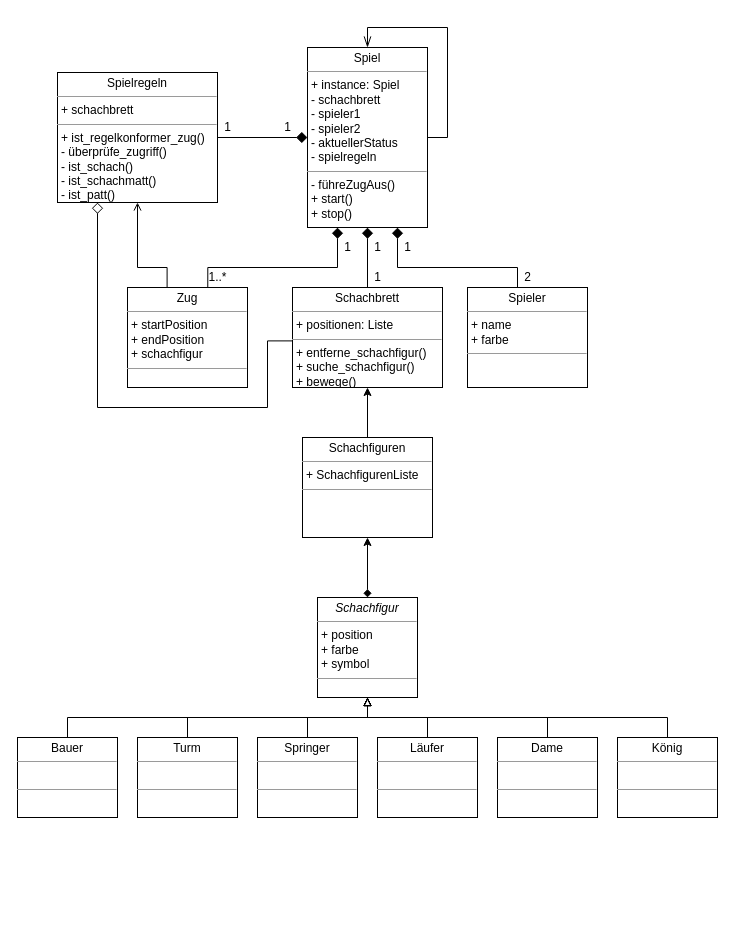
Before: docu/Schach_2.drawio in tobiasknode/chess, a draw.io diagram. Source tidied: cells renumbered, new cells numbered last; positions are measured from the earlier drawing's top-left corner, leaving out a move shared by most shapes. Both pictures are drawn from the tidied source at 100%, with x=0, y=0 at pixel (17, 27).
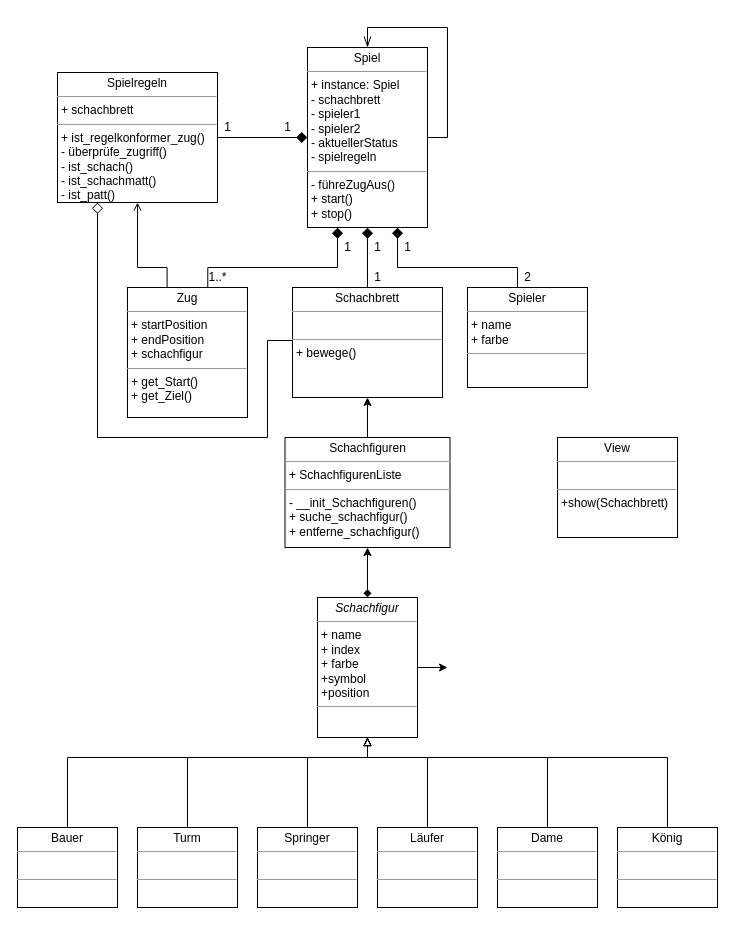
Above is the later version.

Commit message (it also covers changes not shown here):
fixxed bewege

Unchanged cells that the change refers to:
```xml
<mxCell id="3" value="&lt;p style=&quot;margin:0px;margin-top:4px;text-align:center;&quot;&gt;Spielregeln&lt;/p&gt;&lt;hr size=&quot;1&quot;&gt;&lt;p style=&quot;margin:0px;margin-left:4px;&quot;&gt;+ schachbrett&lt;/p&gt;&lt;hr size=&quot;1&quot;&gt;&lt;p style=&quot;margin:0px;margin-left:4px;&quot;&gt;+ ist_regelkonformer_zug()&lt;/p&gt;&lt;p style=&quot;margin:0px;margin-left:4px;&quot;&gt;- überprüfe_zugriff()&lt;br&gt;- ist_schach()&lt;/p&gt;&lt;p style=&quot;margin:0px;margin-left:4px;&quot;&gt;- ist_schachmatt()&lt;/p&gt;&lt;p style=&quot;margin:0px;margin-left:4px;&quot;&gt;- ist_patt()&lt;/p&gt;" style="verticalAlign=top;align=left;overflow=fill;fontSize=12;fontFamily=Helvetica;html=1;rounded=0;shadow=0;comic=0;labelBackgroundColor=none;strokeWidth=1;" parent="1" vertex="1">
  <mxGeometry x="40" y="45" width="160" height="130" as="geometry" />
</mxCell>
```

The edit, as a diff of the source:
```diff
@@
+    <mxCell id="38" style="edgeStyle=orthogonalEdgeStyle;rounded=0;jettySize=auto;html=1;exitX=1;exitY=0.5;exitDx=0;exitDy=0;" parent="1" edge="1" source="6">
+      <mxGeometry relative="1" as="geometry">
+        <mxPoint x="430" y="639.8" as="targetPoint" />
+      </mxGeometry>
+    </mxCell>
-    <mxCell id="6" value="&lt;p style=&quot;margin:0px;margin-top:4px;text-align:center;&quot;&gt;&lt;i&gt;Schachfigur&lt;/i&gt;&lt;/p&gt;&lt;hr size=&quot;1&quot;&gt;&lt;p style=&quot;margin:0px;margin-left:4px;&quot;&gt;+ position&lt;/p&gt;&lt;p style=&quot;margin:0px;margin-left:4px;&quot;&gt;+ farbe&lt;/p&gt;&lt;p style=&quot;margin:0px;margin-left:4px;&quot;&gt;+ symbol&lt;/p&gt;&lt;hr size=&quot;1&quot;&gt;&lt;p style=&quot;margin:0px;margin-left:4px;&quot;&gt;&lt;br&gt;&lt;/p&gt;" style="verticalAlign=top;align=left;overflow=fill;fontSize=12;fontFamily=Helvetica;html=1;rounded=0;shadow=0;comic=0;labelBackgroundColor=none;strokeWidth=1;" parent="1" vertex="1">
-      <mxGeometry x="300" y="570" width="100" height="100" as="geometry" />
+    <mxCell id="6" value="&lt;p style=&quot;margin:0px;margin-top:4px;text-align:center;&quot;&gt;&lt;i&gt;Schachfigur&lt;/i&gt;&lt;/p&gt;&lt;hr size=&quot;1&quot;&gt;&lt;p style=&quot;margin:0px;margin-left:4px;&quot;&gt;+ name&lt;/p&gt;&lt;p style=&quot;margin:0px;margin-left:4px;&quot;&gt;+ index&lt;/p&gt;&lt;p style=&quot;margin:0px;margin-left:4px;&quot;&gt;+ farbe&lt;/p&gt;&lt;p style=&quot;margin:0px;margin-left:4px;&quot;&gt;+symbol&lt;/p&gt;&lt;p style=&quot;margin:0px;margin-left:4px;&quot;&gt;+position&lt;/p&gt;&lt;hr size=&quot;1&quot;&gt;&lt;p style=&quot;margin:0px;margin-left:4px;&quot;&gt;&lt;br&gt;&lt;/p&gt;" style="verticalAlign=top;align=left;overflow=fill;fontSize=12;fontFamily=Helvetica;html=1;rounded=0;shadow=0;comic=0;labelBackgroundColor=none;strokeWidth=1;" parent="1" vertex="1">
+      <mxGeometry x="300" y="570" width="100" height="140" as="geometry" />
     </mxCell>
-    <mxCell id="7" style="edgeStyle=orthogonalEdgeStyle;rounded=0;jettySize=auto;html=1;endArrow=block;endFill=0;entryX=0.5;entryY=1;entryDx=0;entryDy=0;" parent="1" edge="1" source="8" target="6">
+    <mxCell id="7" style="edgeStyle=orthogonalEdgeStyle;rounded=0;jettySize=auto;html=1;endArrow=block;endFill=0;entryX=0.5;entryY=1;entryDx=0;entryDy=0;" parent="1" edge="1" source="8">
       <mxGeometry relative="1" as="geometry">
+        <mxPoint x="350" y="710" as="targetPoint" />
         <Array as="points">
-          <mxPoint x="50" y="690" />
-          <mxPoint x="350" y="690" />
+          <mxPoint x="50" y="730" />
+          <mxPoint x="350" y="730" />
         </Array>
       </mxGeometry>
     </mxCell>
     <mxCell id="8" value="&lt;p style=&quot;margin:0px;margin-top:4px;text-align:center;&quot;&gt;Bauer&lt;/p&gt;&lt;hr size=&quot;1&quot;&gt;&lt;p style=&quot;margin:0px;margin-left:4px;&quot;&gt;&lt;br&gt;&lt;/p&gt;&lt;hr size=&quot;1&quot;&gt;&lt;p style=&quot;margin:0px;margin-left:4px;&quot;&gt;&lt;br&gt;&lt;/p&gt;" style="verticalAlign=top;align=left;overflow=fill;fontSize=12;fontFamily=Helvetica;html=1;rounded=0;shadow=0;comic=0;labelBackgroundColor=none;strokeWidth=1;" parent="1" vertex="1">
-      <mxGeometry y="710" width="100" height="80" as="geometry" />
+      <mxGeometry y="800" width="100" height="80" as="geometry" />
     </mxCell>
-    <mxCell id="9" style="edgeStyle=orthogonalEdgeStyle;rounded=0;jettySize=auto;html=1;entryX=0.5;entryY=1;entryDx=0;entryDy=0;endArrow=block;endFill=0;" parent="1" edge="1" source="10" target="6">
+    <mxCell id="9" style="edgeStyle=orthogonalEdgeStyle;rounded=0;jettySize=auto;html=1;entryX=0.5;entryY=1;entryDx=0;entryDy=0;endArrow=block;endFill=0;" parent="1" edge="1" source="10">
       <mxGeometry relative="1" as="geometry">
+        <mxPoint x="350" y="710" as="targetPoint" />
         <Array as="points">
-          <mxPoint x="170" y="690" />
-          <mxPoint x="350" y="690" />
+          <mxPoint x="170" y="730" />
+          <mxPoint x="350" y="730" />
         </Array>
       </mxGeometry>
     </mxCell>
     <mxCell id="10" value="&lt;p style=&quot;margin:0px;margin-top:4px;text-align:center;&quot;&gt;Turm&lt;/p&gt;&lt;hr size=&quot;1&quot;&gt;&lt;p style=&quot;margin:0px;margin-left:4px;&quot;&gt;&lt;br&gt;&lt;/p&gt;&lt;hr size=&quot;1&quot;&gt;&lt;p style=&quot;margin:0px;margin-left:4px;&quot;&gt;&lt;br&gt;&lt;/p&gt;" style="verticalAlign=top;align=left;overflow=fill;fontSize=12;fontFamily=Helvetica;html=1;rounded=0;shadow=0;comic=0;labelBackgroundColor=none;strokeWidth=1;" parent="1" vertex="1">
-      <mxGeometry x="120" y="710" width="100" height="80" as="geometry" />
+      <mxGeometry x="120" y="800" width="100" height="80" as="geometry" />
     </mxCell>
-    <mxCell id="11" style="edgeStyle=orthogonalEdgeStyle;rounded=0;jettySize=auto;html=1;endArrow=block;endFill=0;entryX=0.5;entryY=1;entryDx=0;entryDy=0;" parent="1" edge="1" source="12" target="6">
+    <mxCell id="11" style="edgeStyle=orthogonalEdgeStyle;rounded=0;jettySize=auto;html=1;endArrow=block;endFill=0;entryX=0.5;entryY=1;entryDx=0;entryDy=0;" parent="1" edge="1" source="12">
       <mxGeometry relative="1" as="geometry">
+        <mxPoint x="350" y="710" as="targetPoint" />
         <Array as="points">
-          <mxPoint x="290" y="690" />
-          <mxPoint x="350" y="690" />
+          <mxPoint x="290" y="730" />
+          <mxPoint x="350" y="730" />
         </Array>
       </mxGeometry>
     </mxCell>
     <mxCell id="12" value="&lt;p style=&quot;margin:0px;margin-top:4px;text-align:center;&quot;&gt;Springer&lt;/p&gt;&lt;hr size=&quot;1&quot;&gt;&lt;p style=&quot;margin:0px;margin-left:4px;&quot;&gt;&lt;br&gt;&lt;/p&gt;&lt;hr size=&quot;1&quot;&gt;&lt;p style=&quot;margin:0px;margin-left:4px;&quot;&gt;&lt;br&gt;&lt;/p&gt;" style="verticalAlign=top;align=left;overflow=fill;fontSize=12;fontFamily=Helvetica;html=1;rounded=0;shadow=0;comic=0;labelBackgroundColor=none;strokeWidth=1;" parent="1" vertex="1">
-      <mxGeometry x="240" y="710" width="100" height="80" as="geometry" />
+      <mxGeometry x="240" y="800" width="100" height="80" as="geometry" />
     </mxCell>
     <mxCell id="13" style="edgeStyle=orthogonalEdgeStyle;rounded=0;jettySize=auto;html=1;endArrow=block;endFill=0;" parent="1" edge="1" source="14">
       <mxGeometry relative="1" as="geometry">
-        <mxPoint x="350" y="670" as="targetPoint" />
+        <mxPoint x="350" y="710" as="targetPoint" />
         <Array as="points">
-          <mxPoint x="410" y="690" />
-          <mxPoint x="350" y="690" />
-          <mxPoint x="350" y="670" />
+          <mxPoint x="410" y="730" />
+          <mxPoint x="350" y="730" />
+          <mxPoint x="350" y="710" />
         </Array>
       </mxGeometry>
     </mxCell>
     <mxCell id="14" value="&lt;p style=&quot;margin:0px;margin-top:4px;text-align:center;&quot;&gt;Läufer&lt;/p&gt;&lt;hr size=&quot;1&quot;&gt;&lt;p style=&quot;margin:0px;margin-left:4px;&quot;&gt;&lt;br&gt;&lt;/p&gt;&lt;hr size=&quot;1&quot;&gt;&lt;p style=&quot;margin:0px;margin-left:4px;&quot;&gt;&lt;br&gt;&lt;/p&gt;" style="verticalAlign=top;align=left;overflow=fill;fontSize=12;fontFamily=Helvetica;html=1;rounded=0;shadow=0;comic=0;labelBackgroundColor=none;strokeWidth=1;" parent="1" vertex="1">
-      <mxGeometry x="360" y="710" width="100" height="80" as="geometry" />
+      <mxGeometry x="360" y="800" width="100" height="80" as="geometry" />
     </mxCell>
     <mxCell id="15" style="edgeStyle=orthogonalEdgeStyle;rounded=0;jettySize=auto;html=1;endArrow=block;endFill=0;" parent="1" edge="1" source="16">
       <mxGeometry relative="1" as="geometry">
-        <mxPoint x="350" y="670" as="targetPoint" />
+        <mxPoint x="350" y="710" as="targetPoint" />
         <Array as="points">
-          <mxPoint x="530" y="690" />
-          <mxPoint x="350" y="690" />
-          <mxPoint x="350" y="670" />
+          <mxPoint x="530" y="730" />
+          <mxPoint x="350" y="730" />
+          <mxPoint x="350" y="710" />
         </Array>
       </mxGeometry>
     </mxCell>
     <mxCell id="16" value="&lt;p style=&quot;margin:0px;margin-top:4px;text-align:center;&quot;&gt;Dame&lt;/p&gt;&lt;hr size=&quot;1&quot;&gt;&lt;p style=&quot;margin:0px;margin-left:4px;&quot;&gt;&lt;br&gt;&lt;/p&gt;&lt;hr size=&quot;1&quot;&gt;&lt;p style=&quot;margin:0px;margin-left:4px;&quot;&gt;&lt;br&gt;&lt;/p&gt;" style="verticalAlign=top;align=left;overflow=fill;fontSize=12;fontFamily=Helvetica;html=1;rounded=0;shadow=0;comic=0;labelBackgroundColor=none;strokeWidth=1;" parent="1" vertex="1">
-      <mxGeometry x="480" y="710" width="100" height="80" as="geometry" />
+      <mxGeometry x="480" y="800" width="100" height="80" as="geometry" />
     </mxCell>
-    <mxCell id="17" style="edgeStyle=orthogonalEdgeStyle;rounded=0;jettySize=auto;html=1;entryX=0.5;entryY=1;entryDx=0;entryDy=0;endArrow=block;endFill=0;" parent="1" edge="1" source="18" target="6">
+    <mxCell id="17" style="edgeStyle=orthogonalEdgeStyle;rounded=0;jettySize=auto;html=1;entryX=0.5;entryY=1;entryDx=0;entryDy=0;endArrow=block;endFill=0;" parent="1" edge="1" source="18">
       <mxGeometry relative="1" as="geometry">
+        <mxPoint x="350" y="710" as="targetPoint" />
         <Array as="points">
-          <mxPoint x="650" y="690" />
-          <mxPoint x="350" y="690" />
+          <mxPoint x="650" y="730" />
+          <mxPoint x="350" y="730" />
         </Array>
       </mxGeometry>
     </mxCell>
     <mxCell id="18" value="&lt;p style=&quot;margin:0px;margin-top:4px;text-align:center;&quot;&gt;König&lt;/p&gt;&lt;hr size=&quot;1&quot;&gt;&lt;p style=&quot;margin:0px;margin-left:4px;&quot;&gt;&lt;br&gt;&lt;/p&gt;&lt;hr size=&quot;1&quot;&gt;&lt;p style=&quot;margin:0px;margin-left:4px;&quot;&gt;&lt;br&gt;&lt;/p&gt;" style="verticalAlign=top;align=left;overflow=fill;fontSize=12;fontFamily=Helvetica;html=1;rounded=0;shadow=0;comic=0;labelBackgroundColor=none;strokeWidth=1;" parent="1" vertex="1">
-      <mxGeometry x="600" y="710" width="100" height="80" as="geometry" />
+      <mxGeometry x="600" y="800" width="100" height="80" as="geometry" />
     </mxCell>
@@
     <mxCell id="20" style="edgeStyle=orthogonalEdgeStyle;rounded=0;jettySize=auto;html=1;entryX=0.25;entryY=1;entryDx=0;entryDy=0;endArrow=diamond;endFill=0;exitX=-0.001;exitY=0.534;exitDx=0;exitDy=0;exitPerimeter=0;endSize=9;startSize=6;" parent="1" edge="1" source="21" target="3">
       <mxGeometry relative="1" as="geometry">
         <Array as="points">
+          <mxPoint x="275" y="313" />
           <mxPoint x="250" y="313" />
-          <mxPoint x="250" y="380" />
-          <mxPoint x="80" y="380" />
+          <mxPoint x="250" y="410" />
+          <mxPoint x="80" y="410" />
         </Array>
       </mxGeometry>
     </mxCell>
-    <mxCell id="21" value="&lt;p style=&quot;margin:0px;margin-top:4px;text-align:center;&quot;&gt;Schachbrett&lt;/p&gt;&lt;hr size=&quot;1&quot;&gt;&lt;p style=&quot;margin:0px;margin-left:4px;&quot;&gt;+ positionen: Liste&lt;/p&gt;&lt;hr size=&quot;1&quot;&gt;&lt;p style=&quot;margin:0px;margin-left:4px;&quot;&gt;+ entferne_schachfigur()&lt;/p&gt;&lt;p style=&quot;margin:0px;margin-left:4px;&quot;&gt;+ suche_schachfigur()&lt;/p&gt;&lt;p style=&quot;margin:0px;margin-left:4px;&quot;&gt;+ bewege()&lt;br&gt;&lt;/p&gt;" style="verticalAlign=top;align=left;overflow=fill;fontSize=12;fontFamily=Helvetica;html=1;rounded=0;shadow=0;comic=0;labelBackgroundColor=none;strokeWidth=1;" parent="1" vertex="1">
-      <mxGeometry x="275" y="260" width="150" height="100" as="geometry" />
+    <mxCell id="21" value="&lt;p style=&quot;margin:0px;margin-top:4px;text-align:center;&quot;&gt;Schachbrett&lt;/p&gt;&lt;hr size=&quot;1&quot;&gt;&lt;p style=&quot;margin:0px;margin-left:4px;&quot;&gt;&lt;br&gt;&lt;/p&gt;&lt;hr size=&quot;1&quot;&gt;&lt;p style=&quot;margin:0px;margin-left:4px;&quot;&gt;&lt;span style=&quot;background-color: initial;&quot;&gt;+ bewege()&lt;/span&gt;&lt;br&gt;&lt;/p&gt;" style="verticalAlign=top;align=left;overflow=fill;fontSize=12;fontFamily=Helvetica;html=1;rounded=0;shadow=0;comic=0;labelBackgroundColor=none;strokeWidth=1;" parent="1" vertex="1">
+      <mxGeometry x="275" y="260" width="150" height="110" as="geometry" />
     </mxCell>
@@
-    <mxCell id="24" value="&lt;p style=&quot;margin:0px;margin-top:4px;text-align:center;&quot;&gt;Zug&lt;/p&gt;&lt;hr size=&quot;1&quot;&gt;&lt;p style=&quot;margin:0px;margin-left:4px;&quot;&gt;+ startPosition&amp;nbsp;&lt;/p&gt;&lt;p style=&quot;margin:0px;margin-left:4px;&quot;&gt;+ endPosition&amp;nbsp;&lt;/p&gt;&lt;p style=&quot;margin:0px;margin-left:4px;&quot;&gt;+ schachfigur&lt;/p&gt;&lt;hr size=&quot;1&quot;&gt;&lt;p style=&quot;margin:0px;margin-left:4px;&quot;&gt;&lt;br&gt;&lt;/p&gt;" style="verticalAlign=top;align=left;overflow=fill;fontSize=12;fontFamily=Helvetica;html=1;rounded=0;shadow=0;comic=0;labelBackgroundColor=none;strokeWidth=1;" parent="1" vertex="1">
-      <mxGeometry x="110" y="260" width="120" height="100" as="geometry" />
+    <mxCell id="24" value="&lt;p style=&quot;margin:0px;margin-top:4px;text-align:center;&quot;&gt;Zug&lt;/p&gt;&lt;hr size=&quot;1&quot;&gt;&lt;p style=&quot;margin:0px;margin-left:4px;&quot;&gt;+ startPosition&amp;nbsp;&lt;/p&gt;&lt;p style=&quot;margin:0px;margin-left:4px;&quot;&gt;+ endPosition&amp;nbsp;&lt;/p&gt;&lt;p style=&quot;margin:0px;margin-left:4px;&quot;&gt;+ schachfigur&lt;/p&gt;&lt;hr size=&quot;1&quot;&gt;&lt;p style=&quot;margin:0px;margin-left:4px;&quot;&gt;+ get_Start()&lt;/p&gt;&lt;p style=&quot;margin:0px;margin-left:4px;&quot;&gt;+ get_Ziel()&lt;/p&gt;" style="verticalAlign=top;align=left;overflow=fill;fontSize=12;fontFamily=Helvetica;html=1;rounded=0;shadow=0;comic=0;labelBackgroundColor=none;strokeWidth=1;" parent="1" vertex="1">
+      <mxGeometry x="110" y="260" width="120" height="130" as="geometry" />
     </mxCell>
@@
-    <mxCell id="37" value="&lt;p style=&quot;margin:0px;margin-top:4px;text-align:center;&quot;&gt;Schachfiguren&lt;/p&gt;&lt;hr size=&quot;1&quot;&gt;&lt;p style=&quot;margin:0px;margin-left:4px;&quot;&gt;+ SchachfigurenListe&lt;/p&gt;&lt;hr size=&quot;1&quot;&gt;&lt;p style=&quot;margin:0px;margin-left:4px;&quot;&gt;&lt;br&gt;&lt;/p&gt;" style="verticalAlign=top;align=left;overflow=fill;fontSize=12;fontFamily=Helvetica;html=1;rounded=0;shadow=0;comic=0;labelBackgroundColor=none;strokeWidth=1;" parent="1" vertex="1">
-      <mxGeometry x="285" y="410" width="130" height="100" as="geometry" />
+    <mxCell id="37" value="&lt;p style=&quot;margin:0px;margin-top:4px;text-align:center;&quot;&gt;Schachfiguren&lt;/p&gt;&lt;hr size=&quot;1&quot;&gt;&lt;p style=&quot;margin:0px;margin-left:4px;&quot;&gt;+ SchachfigurenListe&lt;/p&gt;&lt;hr size=&quot;1&quot;&gt;&lt;p style=&quot;margin:0px;margin-left:4px;&quot;&gt;-&amp;nbsp;__init_Schachfiguren()&lt;/p&gt;&lt;p style=&quot;margin:0px;margin-left:4px;&quot;&gt;+&amp;nbsp;suche_schachfigur()&lt;/p&gt;&lt;p style=&quot;margin:0px;margin-left:4px;&quot;&gt;+&amp;nbsp;entferne_schachfigur()&lt;/p&gt;" style="verticalAlign=top;align=left;overflow=fill;fontSize=12;fontFamily=Helvetica;html=1;rounded=0;shadow=0;comic=0;labelBackgroundColor=none;strokeWidth=1;" parent="1" vertex="1">
+      <mxGeometry x="267.5" y="410" width="165" height="110" as="geometry" />
     </mxCell>
+    <mxCell id="39" value="&lt;p style=&quot;margin:0px;margin-top:4px;text-align:center;&quot;&gt;View&lt;/p&gt;&lt;hr size=&quot;1&quot;&gt;&lt;p style=&quot;margin:0px;margin-left:4px;&quot;&gt;&lt;br&gt;&lt;/p&gt;&lt;hr size=&quot;1&quot;&gt;&lt;p style=&quot;margin:0px;margin-left:4px;&quot;&gt;+show(Schachbrett)&lt;/p&gt;" style="verticalAlign=top;align=left;overflow=fill;fontSize=12;fontFamily=Helvetica;html=1;rounded=0;shadow=0;comic=0;labelBackgroundColor=none;strokeWidth=1;" parent="1" vertex="1">
+      <mxGeometry x="540" y="410" width="120" height="100" as="geometry" />
+    </mxCell>
```
